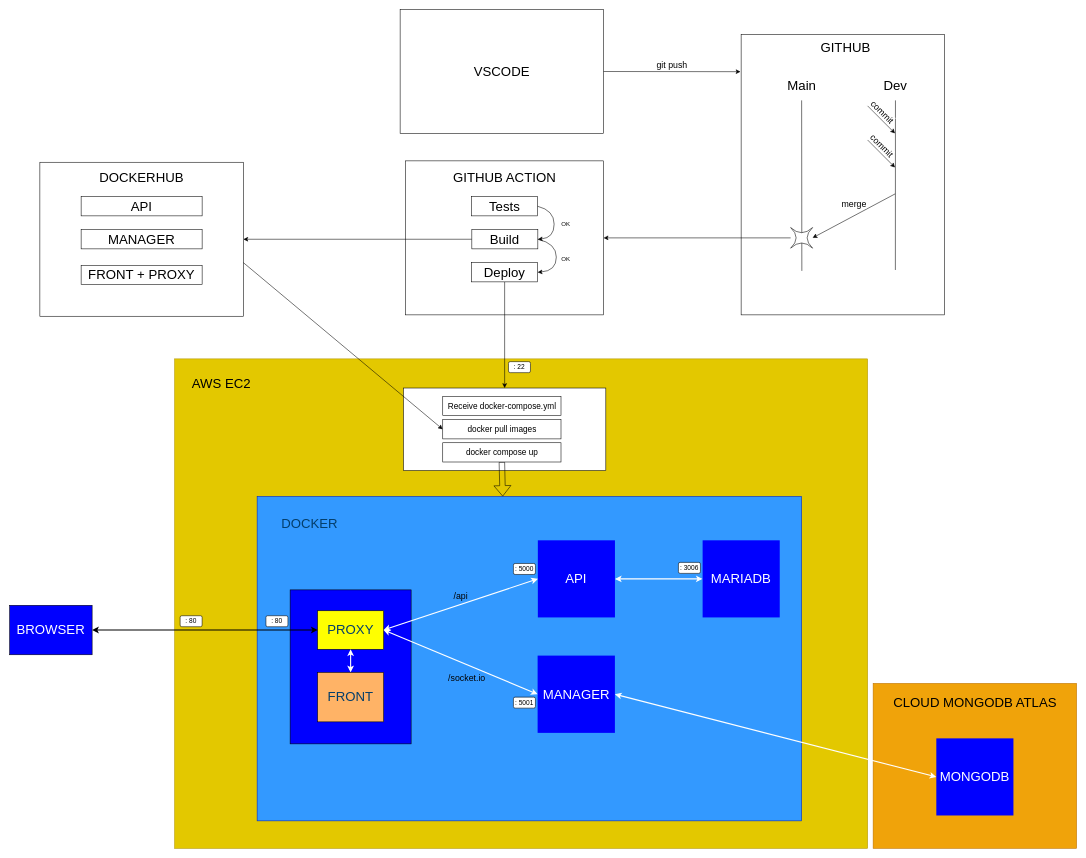
Cocor31/WordsGame keeps this draw.io diagram as documentation/Architecture_WordsGame.drawio. Above is the earlier version. Source tidied: cells renumbered, new cells numbered last; positions are measured from the earlier drawing's top-left corner, leaving out a move shared by most shapes. Both pictures are drawn from the tidied source at 55%, with x=0, y=0 at pixel (9, 9).
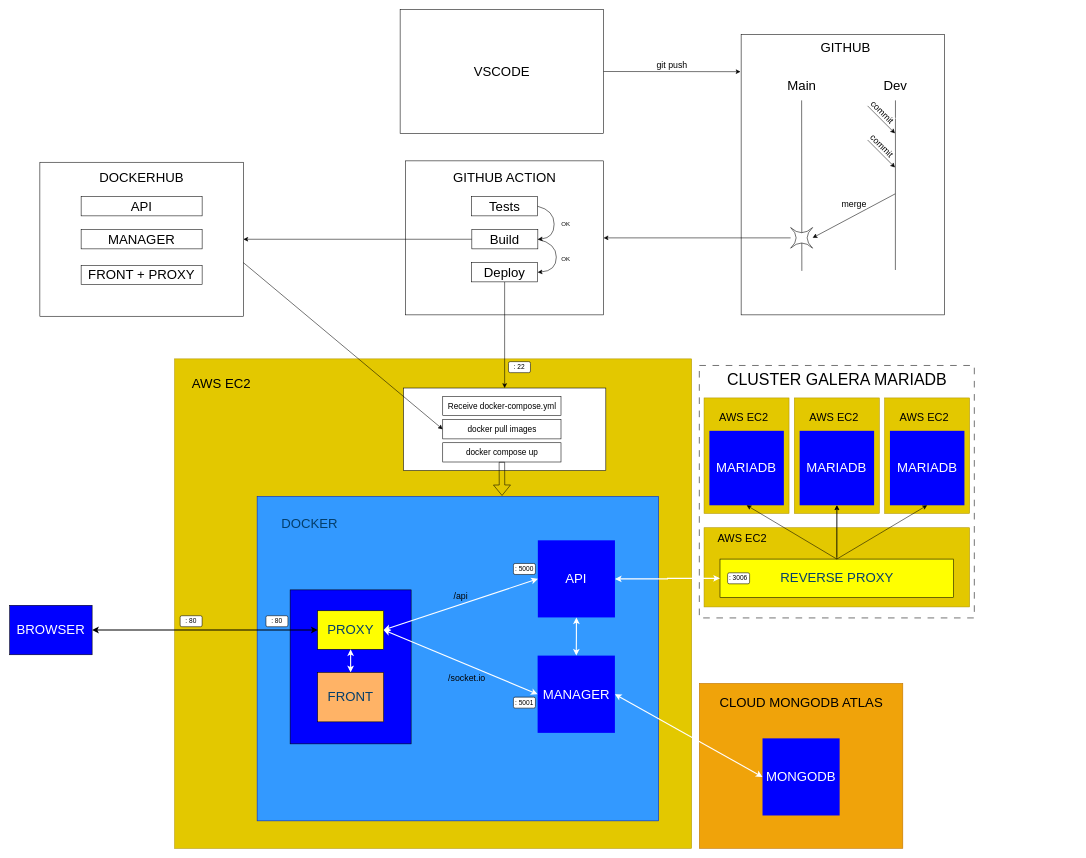
Above is the later version.

Commit message:
Update doc with Cluster Galera

Unchanged cells that the change refers to:
```xml
<mxCell id="6" value="&lt;font color=&quot;#ffffff&quot; style=&quot;font-size: 24px;&quot;&gt;API&lt;/font&gt;" style="whiteSpace=wrap;html=1;fillColor=#0000FF;fontColor=#000000;strokeColor=none;" parent="1" vertex="1">
  <mxGeometry x="960.4" y="964.9" width="140.2" height="140.2" as="geometry" />
</mxCell>
<mxCell id="7" value="&lt;font color=&quot;#ffffff&quot;&gt;&lt;span style=&quot;font-size: 24px;&quot;&gt;MANAGER&lt;/span&gt;&lt;/font&gt;" style="whiteSpace=wrap;html=1;fillColor=#0000FF;fontColor=#000000;strokeColor=none;" parent="1" vertex="1">
  <mxGeometry x="960" y="1174.5" width="140.5" height="140.5" as="geometry" />
</mxCell>
<mxCell id="40" value="&lt;span style=&quot;font-size: 15px;&quot;&gt;docker compose up&lt;/span&gt;" style="rounded=0;whiteSpace=wrap;html=1;" parent="1" vertex="1">
  <mxGeometry x="787.5" y="787.5" width="215" height="35" as="geometry" />
</mxCell>
```

What changed in the source:
```diff
@@
     <mxCell id="2" style="rounded=0;whiteSpace=wrap;html=1;fillColor=#e3c800;fontColor=#000000;strokeColor=#B09500;" parent="1" vertex="1">
-      <mxGeometry x="300" y="635" width="1260" height="890" as="geometry" />
+      <mxGeometry x="300" y="635" width="940" height="890" as="geometry" />
     </mxCell>
     <mxCell id="3" style="rounded=0;whiteSpace=wrap;html=1;fillColor=#3399FF;fontColor=#ffffff;strokeColor=#001DBC;" parent="1" vertex="1">
-      <mxGeometry x="450" y="885" width="990" height="590" as="geometry" />
+      <mxGeometry x="450" y="885" width="730" height="590" as="geometry" />
     </mxCell>
-    <mxCell id="4" style="edgeStyle=orthogonalEdgeStyle;rounded=0;jettySize=auto;html=1;exitX=1;exitY=0.5;exitDx=0;exitDy=0;startArrow=classic;startFill=1;entryX=0;entryY=0.5;entryDx=0;entryDy=0;strokeWidth=2;strokeColor=#FFFFFF;" parent="1" edge="1" source="6" target="16">
-      <mxGeometry relative="1" as="geometry" />
-    </mxCell>
@@
-    <mxCell id="16" value="&lt;font color=&quot;#ffffff&quot; style=&quot;font-size: 24px;&quot;&gt;MARIADB&lt;/font&gt;" style="whiteSpace=wrap;html=1;fillColor=#0000FF;fontColor=#000000;strokeColor=none;" parent="1" vertex="1">
-      <mxGeometry x="1260" y="964.9" width="140.2" height="140.2" as="geometry" />
-    </mxCell>
@@
-    <mxCell id="36" style="shape=flexArrow;endArrow=classic;html=1;rounded=0;exitX=0.5;exitY=1;exitDx=0;exitDy=0;entryX=0.451;entryY=0;entryDx=0;entryDy=0;entryPerimeter=0;" parent="1" edge="1" source="40" target="3">
-      <mxGeometry relative="1" as="geometry" />
-    </mxCell>
@@
-    <mxCell id="59" value=": 3006" style="rounded=1;whiteSpace=wrap;html=1;" parent="1" vertex="1">
-      <mxGeometry x="1216" y="1005" width="40" height="20" as="geometry" />
-    </mxCell>
@@
+    <mxCell id="69" style="edgeStyle=orthogonalEdgeStyle;rounded=0;jettySize=auto;html=1;exitX=0.5;exitY=1;exitDx=0;exitDy=0;startArrow=classic;startFill=1;strokeWidth=2;strokeColor=#FFFFFF;entryX=0.5;entryY=0;entryDx=0;entryDy=0;" parent="1" edge="1" source="6" target="7">
+      <mxGeometry relative="1" as="geometry" />
+    </mxCell>
+    <mxCell id="70" style="group;" parent="1" vertex="1">
+      <mxGeometry x="1254" y="1225" width="370" height="300" as="geometry" />
+    </mxCell>
-    <mxCell id="65" style="rounded=0;whiteSpace=wrap;html=1;fillColor=#f0a30a;fontColor=#000000;strokeColor=#BD7000;" parent="1" vertex="1">
-      <mxGeometry x="1570" y="1225" width="370" height="300" as="geometry" />
+    <mxCell id="65" style="rounded=0;whiteSpace=wrap;html=1;fillColor=#f0a30a;fontColor=#000000;strokeColor=#BD7000;" parent="70" vertex="1">
+      <mxGeometry width="370" height="300" as="geometry" />
     </mxCell>
-    <mxCell id="66" value="&lt;span style=&quot;font-size: 24px;&quot;&gt;CLOUD MONGODB ATLAS&lt;/span&gt;" style="text;html=1;align=center;verticalAlign=middle;whiteSpace=wrap;rounded=0;" parent="1" vertex="1">
-      <mxGeometry x="1602.5" y="1245" width="305" height="30" as="geometry" />
+    <mxCell id="66" value="&lt;span style=&quot;font-size: 24px;&quot;&gt;CLOUD MONGODB ATLAS&lt;/span&gt;" style="text;html=1;align=center;verticalAlign=middle;whiteSpace=wrap;rounded=0;" parent="70" vertex="1">
+      <mxGeometry x="32.5" y="20" width="305" height="30" as="geometry" />
     </mxCell>
-    <mxCell id="67" value="&lt;font color=&quot;#ffffff&quot; style=&quot;font-size: 24px;&quot;&gt;MONGODB&lt;/font&gt;" style="whiteSpace=wrap;html=1;fillColor=#0000FF;fontColor=#000000;strokeColor=none;" parent="1" vertex="1">
-      <mxGeometry x="1684.9" y="1325" width="140.2" height="140.2" as="geometry" />
+    <mxCell id="67" value="&lt;font color=&quot;#ffffff&quot; style=&quot;font-size: 24px;&quot;&gt;MONGODB&lt;/font&gt;" style="whiteSpace=wrap;html=1;fillColor=#0000FF;fontColor=#000000;strokeColor=none;" parent="70" vertex="1">
+      <mxGeometry x="114.9" y="100" width="140.2" height="140.2" as="geometry" />
     </mxCell>
+    <mxCell id="71" style="group;fontSize=20;" parent="1" vertex="1">
+      <mxGeometry x="1254" y="625" width="500" height="490" as="geometry" />
+    </mxCell>
+    <mxCell id="72" style="group;" parent="71" vertex="1">
+      <mxGeometry y="22" width="500" height="459" as="geometry" />
+    </mxCell>
+    <mxCell id="73" style="rounded=0;whiteSpace=wrap;html=1;strokeColor=default;dashed=1;dashPattern=12 12;fillColor=none;" parent="72" vertex="1">
+      <mxGeometry width="500" height="459" as="geometry" />
+    </mxCell>
+    <mxCell id="74" style="group;" parent="72" vertex="1">
+      <mxGeometry x="8.6" y="59" width="482.8" height="380" as="geometry" />
+    </mxCell>
+    <mxCell id="75" style="group;" parent="74" vertex="1">
+      <mxGeometry width="154.5" height="210" as="geometry" />
+    </mxCell>
+    <mxCell id="76" style="rounded=0;whiteSpace=wrap;html=1;fillColor=#e3c800;fontColor=#000000;strokeColor=#B09500;" parent="75" vertex="1">
+      <mxGeometry width="154.5" height="210" as="geometry" />
+    </mxCell>
+    <mxCell id="77" value="&lt;font color=&quot;#ffffff&quot; style=&quot;font-size: 24px;&quot;&gt;MARIADB&lt;/font&gt;" style="whiteSpace=wrap;html=1;fillColor=#0000FF;fontColor=#000000;strokeColor=none;" parent="75" vertex="1">
+      <mxGeometry x="9.7" y="59.8" width="135.4" height="135.4" as="geometry" />
+    </mxCell>
+    <mxCell id="78" value="&lt;font style=&quot;font-size: 20px;&quot;&gt;AWS EC2&lt;/font&gt;" style="text;html=1;align=center;verticalAlign=middle;whiteSpace=wrap;rounded=0;fontSize=20;" parent="75" vertex="1">
+      <mxGeometry x="19.3" y="20" width="106.2" height="30" as="geometry" />
+    </mxCell>
+    <mxCell id="79" style="group;" parent="74" vertex="1">
+      <mxGeometry x="164.1" width="154.5" height="210" as="geometry" />
+    </mxCell>
+    <mxCell id="80" style="rounded=0;whiteSpace=wrap;html=1;fillColor=#e3c800;fontColor=#000000;strokeColor=#B09500;" parent="79" vertex="1">
+      <mxGeometry width="154.5" height="210" as="geometry" />
+    </mxCell>
+    <mxCell id="81" value="&lt;font color=&quot;#ffffff&quot; style=&quot;font-size: 24px;&quot;&gt;MARIADB&lt;/font&gt;" style="whiteSpace=wrap;html=1;fillColor=#0000FF;fontColor=#000000;strokeColor=none;" parent="79" vertex="1">
+      <mxGeometry x="9.7" y="59.8" width="135.4" height="135.4" as="geometry" />
+    </mxCell>
+    <mxCell id="82" value="&lt;font style=&quot;font-size: 20px;&quot;&gt;AWS EC2&lt;/font&gt;" style="text;html=1;align=center;verticalAlign=middle;whiteSpace=wrap;rounded=0;fontSize=20;" parent="79" vertex="1">
+      <mxGeometry x="19.3" y="20" width="106.2" height="30" as="geometry" />
+    </mxCell>
+    <mxCell id="83" style="group;" parent="74" vertex="1">
+      <mxGeometry x="328.3" width="154.5" height="210" as="geometry" />
+    </mxCell>
+    <mxCell id="84" style="rounded=0;whiteSpace=wrap;html=1;fillColor=#e3c800;fontColor=#000000;strokeColor=#B09500;" parent="83" vertex="1">
+      <mxGeometry width="154.5" height="210" as="geometry" />
+    </mxCell>
+    <mxCell id="85" value="&lt;font color=&quot;#ffffff&quot; style=&quot;font-size: 24px;&quot;&gt;MARIADB&lt;/font&gt;" style="whiteSpace=wrap;html=1;fillColor=#0000FF;fontColor=#000000;strokeColor=none;" parent="83" vertex="1">
+      <mxGeometry x="9.7" y="59.8" width="135.4" height="135.4" as="geometry" />
+    </mxCell>
+    <mxCell id="86" value="&lt;font style=&quot;font-size: 20px;&quot;&gt;AWS EC2&lt;/font&gt;" style="text;html=1;align=center;verticalAlign=middle;whiteSpace=wrap;rounded=0;fontSize=20;" parent="83" vertex="1">
+      <mxGeometry x="19.3" y="20" width="106.2" height="30" as="geometry" />
+    </mxCell>
+    <mxCell id="87" style="rounded=0;whiteSpace=wrap;html=1;fillColor=#e3c800;fontColor=#000000;strokeColor=#B09500;" parent="74" vertex="1">
+      <mxGeometry y="236" width="482.8" height="144" as="geometry" />
+    </mxCell>
+    <mxCell id="88" style="edgeStyle=orthogonalEdgeStyle;rounded=0;jettySize=auto;html=1;" parent="74" edge="1" source="89" target="81">
+      <mxGeometry relative="1" as="geometry" />
+    </mxCell>
+    <mxCell id="89" value="&lt;font color=&quot;#043e6b&quot; style=&quot;font-size: 24px;&quot;&gt;REVERSE PROXY&lt;/font&gt;" style="rounded=0;whiteSpace=wrap;html=1;fillColor=#FFFF00;" parent="74" vertex="1">
+      <mxGeometry x="29" y="293" width="424.8" height="70" as="geometry" />
+    </mxCell>
+    <mxCell id="90" value="&lt;font style=&quot;font-size: 20px;&quot;&gt;AWS EC2&lt;/font&gt;" style="text;html=1;align=center;verticalAlign=middle;whiteSpace=wrap;rounded=0;fontSize=20;" parent="74" vertex="1">
+      <mxGeometry x="9.7" y="240" width="120.3" height="30" as="geometry" />
+    </mxCell>
+    <mxCell id="91" style="endArrow=classic;html=1;rounded=0;entryX=0.5;entryY=1;entryDx=0;entryDy=0;exitX=0.5;exitY=0;exitDx=0;exitDy=0;" parent="74" edge="1" source="89" target="77">
+      <mxGeometry relative="1" as="geometry" />
+    </mxCell>
+    <mxCell id="92" style="endArrow=classic;html=1;rounded=0;entryX=0.5;entryY=1;entryDx=0;entryDy=0;" parent="74" edge="1" target="81">
+      <mxGeometry relative="1" as="geometry">
+        <mxPoint x="241.4" y="290" as="sourcePoint" />
+      </mxGeometry>
+    </mxCell>
+    <mxCell id="93" style="endArrow=classic;html=1;rounded=0;entryX=0.5;entryY=1;entryDx=0;entryDy=0;exitX=0.5;exitY=0;exitDx=0;exitDy=0;" parent="74" edge="1" source="89" target="85">
+      <mxGeometry relative="1" as="geometry" />
+    </mxCell>
+    <mxCell id="59" value=": 3006" style="rounded=1;whiteSpace=wrap;html=1;" parent="74" vertex="1">
+      <mxGeometry x="42.8" y="318" width="40" height="20" as="geometry" />
+    </mxCell>
+    <mxCell id="94" value="&lt;font style=&quot;font-size: 29px;&quot;&gt;CLUSTER GALERA MARIADB&lt;/font&gt;" style="text;html=1;align=center;verticalAlign=middle;whiteSpace=wrap;rounded=0;" parent="72" vertex="1">
+      <mxGeometry x="48.9" y="11" width="403.1" height="30" as="geometry" />
+    </mxCell>
+    <mxCell id="4" style="edgeStyle=orthogonalEdgeStyle;rounded=0;jettySize=auto;html=1;exitX=1;exitY=0.5;exitDx=0;exitDy=0;startArrow=classic;startFill=1;entryX=0;entryY=0.5;entryDx=0;entryDy=0;strokeWidth=2;strokeColor=#FFFFFF;" parent="1" edge="1" source="6" target="89">
+      <mxGeometry relative="1" as="geometry" />
+    </mxCell>
@@
+    <mxCell id="36" style="shape=flexArrow;endArrow=classic;html=1;rounded=0;exitX=0.5;exitY=1;exitDx=0;exitDy=0;entryX=0.61;entryY=-0.002;entryDx=0;entryDy=0;entryPerimeter=0;" parent="1" edge="1" source="40" target="3">
+      <mxGeometry relative="1" as="geometry" />
+    </mxCell>
```
